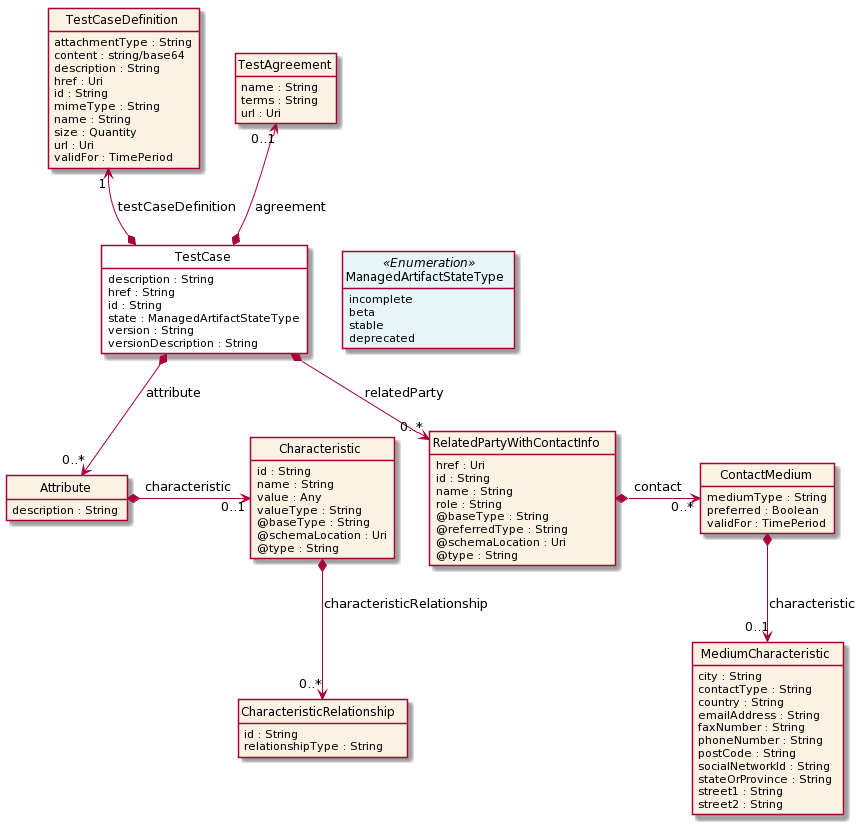
Before: apis/TMF704_Test_Case/documentation/diagrams/Resource_TestCase.png, a diagram exported from PlantUML (tmforum-apis/Open_Api_And_Data_Model).
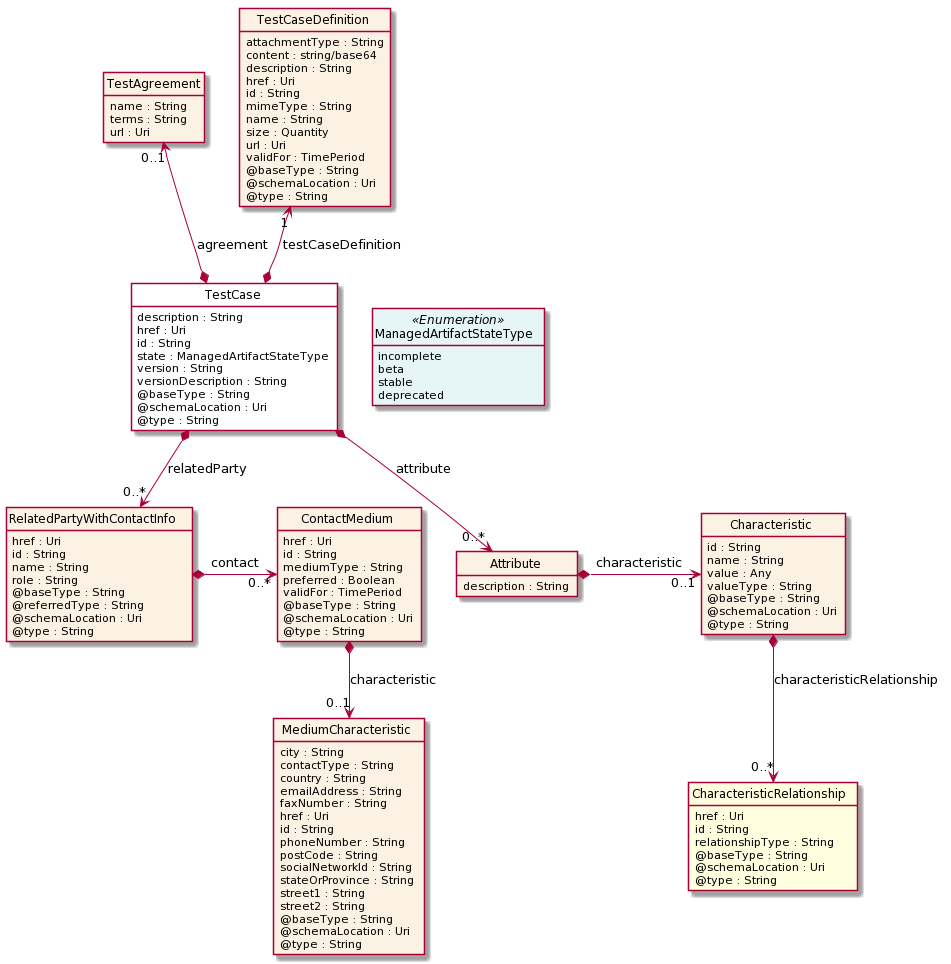
Later version of the same file.

Diff of the diagram source:
```diff
@@ -12,11 +12,14 @@
 
 class TestCase  <<Pivot>> {
     description : String
-    href : String
+    href : Uri
     id : String
     state : ManagedArtifactStateType
     version : String
     versionDescription : String
+    @baseType : String
+    @schemaLocation : Uri
+    @type : String
 }
 
 class ManagedArtifactStateType <<Enumeration>> {
@@ -24,6 +27,53 @@
     beta
     stable
     deprecated
+}
+
+class TestAgreement  {
+    name : String
+    terms : String
+    url : Uri
+}
+
+class RelatedPartyWithContactInfo  {
+    href : Uri
+    id : String
+    name : String
+    role : String
+    @baseType : String
+    @referredType : String
+    @schemaLocation : Uri
+    @type : String
+}
+
+class ContactMedium  {
+    href : Uri
+    id : String
+    mediumType : String
+    preferred : Boolean
+    validFor : TimePeriod
+    @baseType : String
+    @schemaLocation : Uri
+    @type : String
+}
+
+class MediumCharacteristic  {
+    city : String
+    contactType : String
+    country : String
+    emailAddress : String
+    faxNumber : String
+    href : Uri
+    id : String
+    phoneNumber : String
+    postCode : String
+    socialNetworkId : String
+    stateOrProvince : String
+    street1 : String
+    street2 : String
+    @baseType : String
+    @schemaLocation : Uri
+    @type : String
 }
 
 class TestCaseDefinition  {
@@ -37,12 +87,9 @@
     size : Quantity
     url : Uri
     validFor : TimePeriod
-}
-
-class TestAgreement  {
-    name : String
-    terms : String
-    url : Uri
+    @baseType : String
+    @schemaLocation : Uri
+    @type : String
 }
 
 class Attribute  {
@@ -59,40 +106,13 @@
     @type : String
 }
 
-class CharacteristicRelationship  {
+class CharacteristicRelationship  <<Ref>> {
+    href : Uri
     id : String
     relationshipType : String
-}
-
-class RelatedPartyWithContactInfo  {
-    href : Uri
-    id : String
-    name : String
-    role : String
     @baseType : String
-    @referredType : String
     @schemaLocation : Uri
     @type : String
-}
-
-class ContactMedium  {
-    mediumType : String
-    preferred : Boolean
-    validFor : TimePeriod
-}
-
-class MediumCharacteristic  {
-    city : String
-    contactType : String
-    country : String
-    emailAddress : String
-    faxNumber : String
-    phoneNumber : String
-    postCode : String
-    socialNetworkId : String
-    stateOrProvince : String
-    street1 : String
-    street2 : String
 }
 
 TestCase -right[hidden]-> ManagedArtifactStateType
@@ -105,12 +125,12 @@
 
 TestCase *-->  "0..*" RelatedPartyWithContactInfo : relatedParty
 
+RelatedPartyWithContactInfo *-right-> "0..*" ContactMedium : contact
+
+ContactMedium *-->  "0..1" MediumCharacteristic : characteristic
+
 Attribute *-right-> "0..1" Characteristic : characteristic
 
 Characteristic *-->  "0..*" CharacteristicRelationship : characteristicRelationship
 
-RelatedPartyWithContactInfo *-right-> "0..*" ContactMedium : contact
-
-ContactMedium *-->  "0..1" MediumCharacteristic : characteristic
-
 @enduml
```
